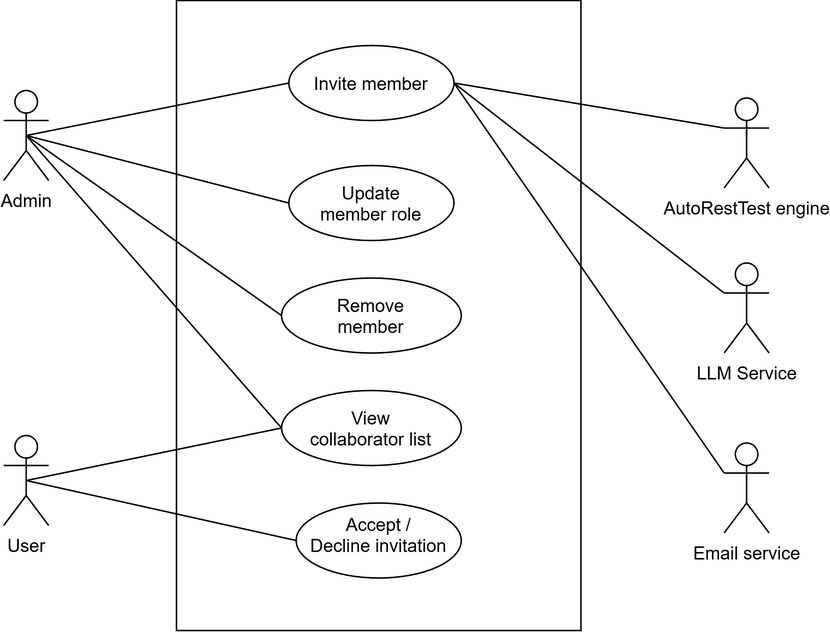
Before: resources/SRS/use/SPL3 SRS Diagram-use 1.7.drawio.png, a diagram exported from draw.io (CodeWithIsmail/AutoRestTest). Source tidied: cells renumbered, new cells last; positions are measured from the earlier drawing's top-left corner, leaving out a move shared by most shapes.
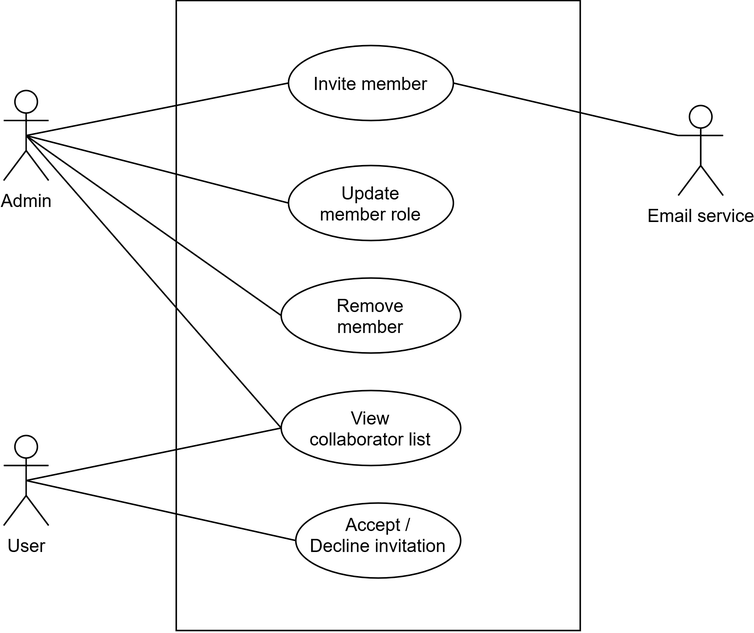
Above is the later version.

Diff of the diagram source:
```diff
@@ -17,12 +17,6 @@
     <mxCell id="6" value="Accept / Decline invitation" style="ellipse;whiteSpace=wrap;html=1;shapeInside=1;" parent="1" vertex="1">
       <mxGeometry x="194.9" y="335" width="110" height="50" as="geometry" />
     </mxCell>
-    <mxCell id="7" value="AutoRestTest engine" style="shape=umlActor;verticalLabelPosition=bottom;verticalAlign=top;html=1;outlineConnect=0;" parent="1" vertex="1">
-      <mxGeometry x="480" y="65" width="30" height="60" as="geometry" />
-    </mxCell>
-    <mxCell id="8" value="LLM Service" style="shape=umlActor;verticalLabelPosition=bottom;verticalAlign=top;html=1;outlineConnect=0;" parent="1" vertex="1">
-      <mxGeometry x="480" y="175" width="30" height="60" as="geometry" />
-    </mxCell>
     <mxCell id="9" style="rounded=0;jettySize=auto;html=1;exitX=0.5;exitY=0.5;exitDx=0;exitDy=0;exitPerimeter=0;entryX=0;entryY=0.5;entryDx=0;entryDy=0;endArrow=none;endFill=0;" parent="1" edge="1" source="13" target="4">
       <mxGeometry relative="1" as="geometry" />
     </mxCell>
@@ -47,17 +41,11 @@
     <mxCell id="16" value="User" style="shape=umlActor;verticalLabelPosition=bottom;verticalAlign=top;html=1;outlineConnect=0;" parent="1" vertex="1">
       <mxGeometry y="290" width="30" height="60" as="geometry" />
     </mxCell>
-    <mxCell id="17" style="rounded=0;jettySize=auto;html=1;entryX=0;entryY=0.3333333333333333;entryDx=0;entryDy=0;entryPerimeter=0;endArrow=none;endFill=0;exitX=1;exitY=0.5;exitDx=0;exitDy=0;" parent="1" edge="1" source="3" target="8">
-      <mxGeometry relative="1" as="geometry" />
-    </mxCell>
-    <mxCell id="18" style="rounded=0;jettySize=auto;html=1;exitX=1;exitY=0.5;exitDx=0;exitDy=0;entryX=0;entryY=0.3333333333333333;entryDx=0;entryDy=0;entryPerimeter=0;endArrow=none;endFill=0;" parent="1" edge="1" source="3" target="7">
-      <mxGeometry relative="1" as="geometry" />
-    </mxCell>
     <mxCell id="19" value="View collaborator list" style="ellipse;whiteSpace=wrap;html=1;shapeInside=1;" parent="1" vertex="1">
       <mxGeometry x="185.1" y="260" width="119.8" height="50" as="geometry" />
     </mxCell>
     <mxCell id="20" value="&lt;div&gt;Email service&lt;/div&gt;" style="shape=umlActor;verticalLabelPosition=bottom;verticalAlign=top;html=1;outlineConnect=0;" parent="1" vertex="1">
-      <mxGeometry x="480" y="295" width="30" height="60" as="geometry" />
+      <mxGeometry x="450" y="70" width="30" height="60" as="geometry" />
     </mxCell>
     <mxCell id="21" style="rounded=0;jettySize=auto;html=1;exitX=1;exitY=0.5;exitDx=0;exitDy=0;entryX=0;entryY=0.3333333333333333;entryDx=0;entryDy=0;entryPerimeter=0;endArrow=none;endFill=0;" parent="1" edge="1" source="3" target="20">
       <mxGeometry relative="1" as="geometry" />
```
